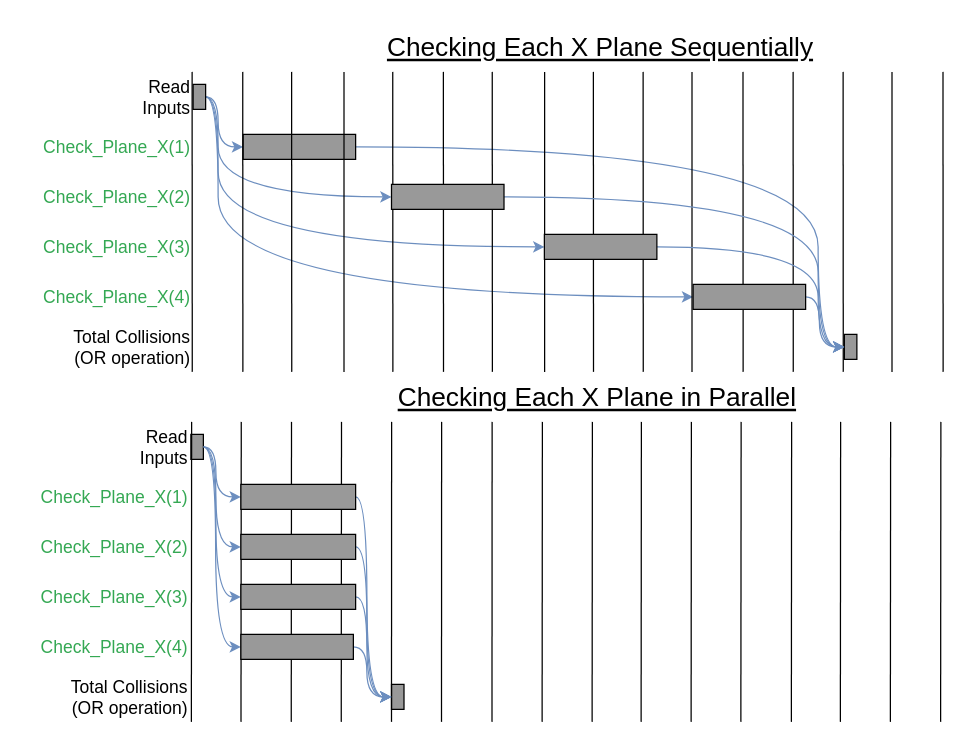
Before: page "Copy of Timing" (3 of 7) of Writeups/4_Report/chapters/chapter3/img/HoneyBee.drawio in AnthonyKenny98/Thesis, a draw.io diagram. Source tidied: cells renumbered, new cells numbered last; positions are measured from the earlier drawing's top-left corner, leaving out a move shared by most shapes. Both pictures are drawn from the tidied source at 125%, with x=0, y=0 at pixel (46, 21).
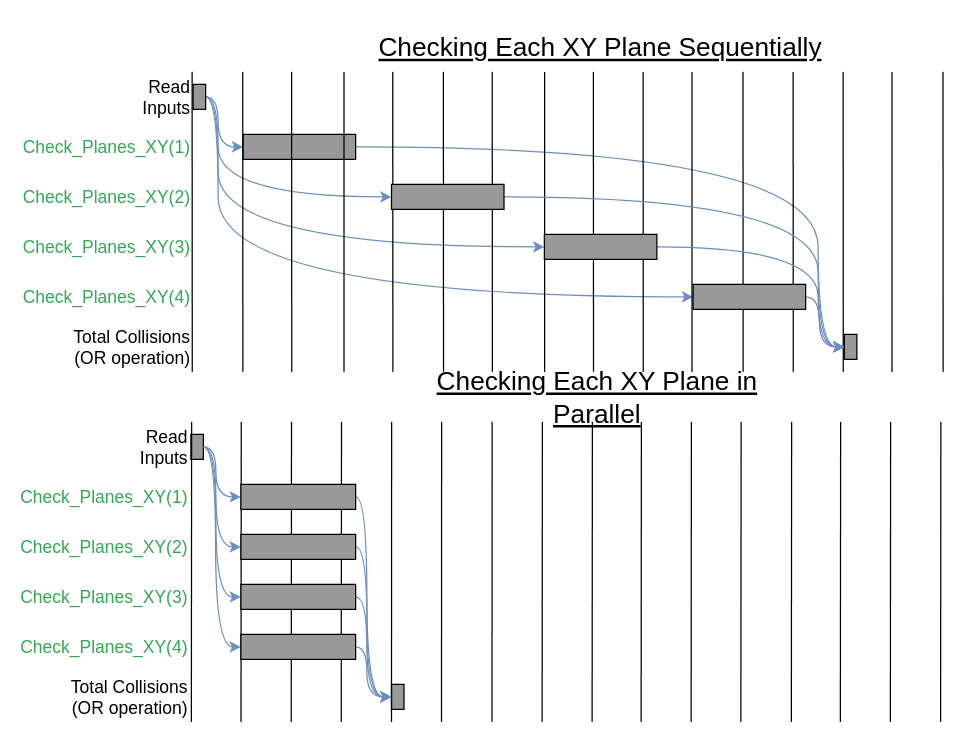
Above is the later version.

Change to the diagram source:
```diff
@@
-    <mxCell id="7" value="Check_Plane_X(1)" style="text;html=1;strokeColor=none;fillColor=none;align=right;verticalAlign=middle;whiteSpace=wrap;rounded=0;fontSize=14;fontFamily=Computer Modern;fontColor=#34A853;" parent="1" vertex="1">
+    <mxCell id="7" value="Check_Planes_XY(1)" style="text;html=1;strokeColor=none;fillColor=none;align=right;verticalAlign=middle;whiteSpace=wrap;rounded=0;fontSize=14;fontFamily=Computer Modern;fontColor=#34A853;" parent="1" vertex="1">
       <mxGeometry x="2" y="80" width="115" height="40" as="geometry" />
     </mxCell>
@@
-    <mxCell id="15" value="&lt;font style=&quot;font-size: 21px&quot;&gt;&lt;u&gt;Checking Each X Plane Sequentially&lt;/u&gt;&lt;/font&gt;" style="text;html=1;strokeColor=none;fillColor=none;align=center;verticalAlign=middle;whiteSpace=wrap;rounded=0;fontFamily=Computer Modern;fontSize=14;" parent="1" vertex="1">
+    <mxCell id="15" value="&lt;font style=&quot;font-size: 21px&quot;&gt;&lt;u&gt;Checking Each XY Plane Sequentially&lt;/u&gt;&lt;/font&gt;" style="text;html=1;strokeColor=none;fillColor=none;align=center;verticalAlign=middle;whiteSpace=wrap;rounded=0;fontFamily=Computer Modern;fontSize=14;" parent="1" vertex="1">
       <mxGeometry x="238" width="410" height="40" as="geometry" />
     </mxCell>
@@
-    <mxCell id="21" value="&lt;span style=&quot;font-size: 21px&quot;&gt;&lt;u&gt;Checking Each X Plane in Parallel&lt;/u&gt;&lt;/span&gt;" style="text;html=1;strokeColor=none;fillColor=none;align=center;verticalAlign=middle;whiteSpace=wrap;rounded=0;fontFamily=Computer Modern;fontSize=14;" parent="1" vertex="1">
+    <mxCell id="21" value="&lt;span style=&quot;font-size: 21px&quot;&gt;&lt;u&gt;Checking Each XY Plane in Parallel&lt;/u&gt;&lt;/span&gt;" style="text;html=1;strokeColor=none;fillColor=none;align=center;verticalAlign=middle;whiteSpace=wrap;rounded=0;fontFamily=Computer Modern;fontSize=14;" parent="1" vertex="1">
       <mxGeometry x="275.7" y="280" width="329" height="40" as="geometry" />
     </mxCell>
@@
-    <mxCell id="46" value="Check_Plane_X(2)" style="text;html=1;strokeColor=none;fillColor=none;align=right;verticalAlign=middle;whiteSpace=wrap;rounded=0;fontSize=14;fontFamily=Computer Modern;fontColor=#34A853;" parent="1" vertex="1">
+    <mxCell id="46" value="Check_Planes_XY(2)" style="text;html=1;strokeColor=none;fillColor=none;align=right;verticalAlign=middle;whiteSpace=wrap;rounded=0;fontSize=14;fontFamily=Computer Modern;fontColor=#34A853;" parent="1" vertex="1">
       <mxGeometry x="2" y="120" width="115" height="40" as="geometry" />
     </mxCell>
-    <mxCell id="47" value="Check_Plane_X(3)" style="text;html=1;strokeColor=none;fillColor=none;align=right;verticalAlign=middle;whiteSpace=wrap;rounded=0;fontSize=14;fontFamily=Computer Modern;fontColor=#34A853;" parent="1" vertex="1">
+    <mxCell id="47" value="Check_Planes_XY(3)" style="text;html=1;strokeColor=none;fillColor=none;align=right;verticalAlign=middle;whiteSpace=wrap;rounded=0;fontSize=14;fontFamily=Computer Modern;fontColor=#34A853;" parent="1" vertex="1">
       <mxGeometry x="2" y="160" width="115" height="40" as="geometry" />
     </mxCell>
@@
-    <mxCell id="63" value="Check_Plane_X(4)" style="text;html=1;strokeColor=none;fillColor=none;align=right;verticalAlign=middle;whiteSpace=wrap;rounded=0;fontSize=14;fontFamily=Computer Modern;fontColor=#34A853;" parent="1" vertex="1">
+    <mxCell id="63" value="Check_Planes_XY(4)" style="text;html=1;strokeColor=none;fillColor=none;align=right;verticalAlign=middle;whiteSpace=wrap;rounded=0;fontSize=14;fontFamily=Computer Modern;fontColor=#34A853;" parent="1" vertex="1">
       <mxGeometry x="2" y="200" width="115" height="40" as="geometry" />
     </mxCell>
@@
-    <mxCell id="70" value="Check_Plane_X(1)" style="text;html=1;strokeColor=none;fillColor=none;align=right;verticalAlign=middle;whiteSpace=wrap;rounded=0;fontSize=14;fontFamily=Computer Modern;fontColor=#34A853;" parent="1" vertex="1">
-      <mxGeometry x="0.2" y="360" width="115" height="40" as="geometry" />
+    <mxCell id="70" value="Check_Planes_XY(1)" style="text;html=1;strokeColor=none;fillColor=none;align=right;verticalAlign=middle;whiteSpace=wrap;rounded=0;fontSize=14;fontFamily=Computer Modern;fontColor=#34A853;" parent="1" vertex="1">
+      <mxGeometry x="-13" y="360" width="128.2" height="40" as="geometry" />
     </mxCell>
-    <mxCell id="71" value="Check_Plane_X(2)" style="text;html=1;strokeColor=none;fillColor=none;align=right;verticalAlign=middle;whiteSpace=wrap;rounded=0;fontSize=14;fontFamily=Computer Modern;fontColor=#34A853;" parent="1" vertex="1">
-      <mxGeometry x="0.2" y="400" width="115" height="40" as="geometry" />
+    <mxCell id="71" value="Check_Planes_XY(2)" style="text;html=1;strokeColor=none;fillColor=none;align=right;verticalAlign=middle;whiteSpace=wrap;rounded=0;fontSize=14;fontFamily=Computer Modern;fontColor=#34A853;" parent="1" vertex="1">
+      <mxGeometry x="-13" y="400" width="128.2" height="40" as="geometry" />
     </mxCell>
-    <mxCell id="72" value="Check_Plane_X(3)" style="text;html=1;strokeColor=none;fillColor=none;align=right;verticalAlign=middle;whiteSpace=wrap;rounded=0;fontSize=14;fontFamily=Computer Modern;fontColor=#34A853;" parent="1" vertex="1">
-      <mxGeometry x="0.2" y="440" width="115" height="40" as="geometry" />
+    <mxCell id="72" value="Check_Planes_XY(3)" style="text;html=1;strokeColor=none;fillColor=none;align=right;verticalAlign=middle;whiteSpace=wrap;rounded=0;fontSize=14;fontFamily=Computer Modern;fontColor=#34A853;" parent="1" vertex="1">
+      <mxGeometry x="-13" y="440" width="128.2" height="40" as="geometry" />
     </mxCell>
-    <mxCell id="73" value="Check_Plane_X(4)" style="text;html=1;strokeColor=none;fillColor=none;align=right;verticalAlign=middle;whiteSpace=wrap;rounded=0;fontSize=14;fontFamily=Computer Modern;fontColor=#34A853;" parent="1" vertex="1">
-      <mxGeometry x="0.2" y="480" width="115" height="40" as="geometry" />
+    <mxCell id="73" value="Check_Planes_XY(4)" style="text;html=1;strokeColor=none;fillColor=none;align=right;verticalAlign=middle;whiteSpace=wrap;rounded=0;fontSize=14;fontFamily=Computer Modern;fontColor=#34A853;" parent="1" vertex="1">
+      <mxGeometry x="-13" y="480" width="128.2" height="40" as="geometry" />
     </mxCell>
@@
     <mxCell id="75" style="rounded=0;whiteSpace=wrap;html=1;fontSize=14;align=right;fillColor=#999999;strokeColor=#000000;fontColor=#333333;" parent="1" vertex="1">
-      <mxGeometry x="155.2" y="490" width="90" height="20" as="geometry" />
+      <mxGeometry x="155.2" y="490" width="91.8" height="20" as="geometry" />
     </mxCell>
```
